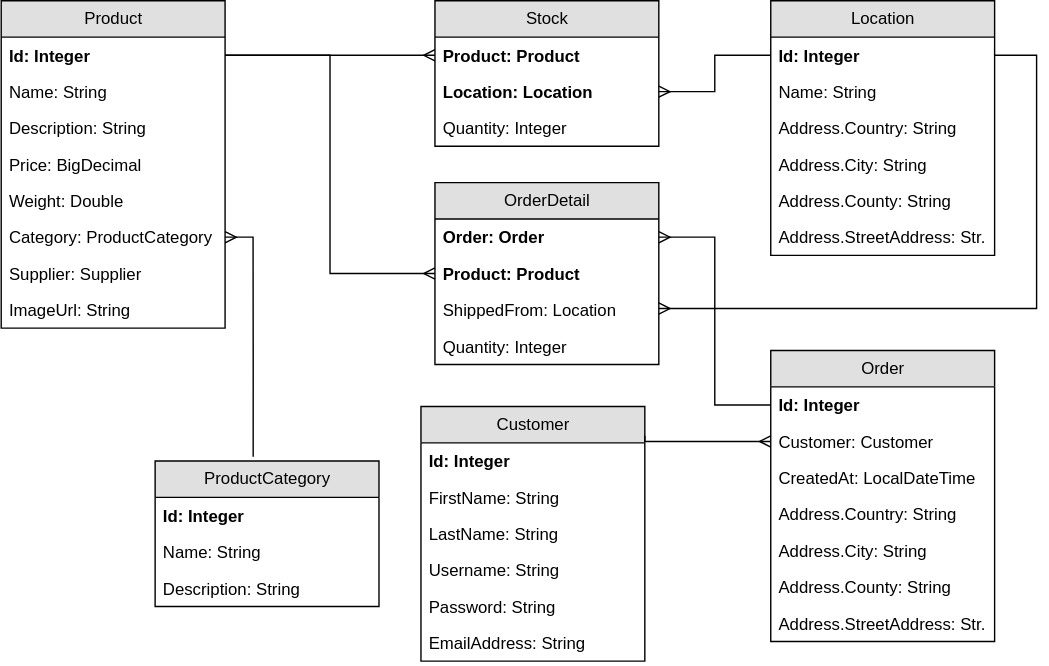
This is diagrams/data-model.svg from msg-CareerPaths/spring-training, a draw.io export, as it was before one commit. Source tidied: cells renumbered, new cells last; positions are measured from the earlier drawing's top-left corner, leaving out a move shared by most shapes.
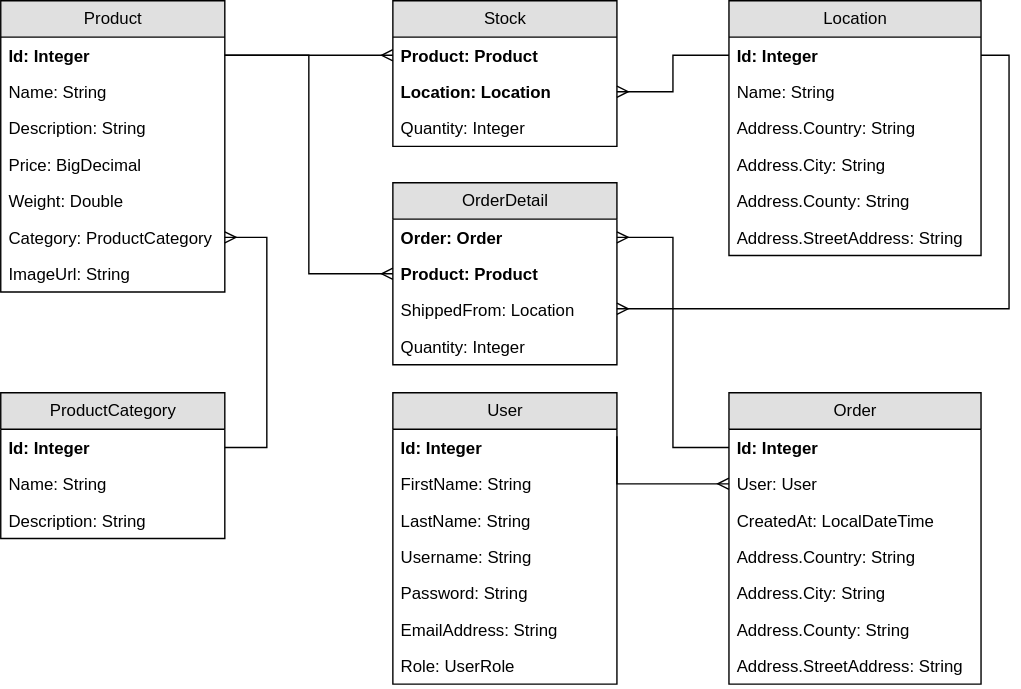
Above is the later version.

Commit message:
docs: update next chapters and data model

Change to the diagram source:
```diff
@@ -3,7 +3,7 @@
     <mxCell id="0" />
     <mxCell id="1" parent="0" />
     <mxCell id="2" value="&lt;font face=&quot;Helvetica&quot;&gt;Product&lt;/font&gt;" style="swimlane;fontStyle=0;horizontal=1;startSize=26;fillColor=#e0e0e0;swimlaneFillColor=#ffffff;align=center;rounded=0;glass=0;labelBackgroundColor=none;strokeColor=#000000;strokeWidth=1;fontFamily=Times New Roman;fontSize=12;fontColor=#000000;html=1;" parent="1" vertex="1">
-      <mxGeometry width="160" height="234" as="geometry" />
+      <mxGeometry x="30" width="160" height="208" as="geometry" />
     </mxCell>
     <mxCell id="3" value="Id: Integer" style="text;strokeColor=none;fillColor=none;spacingLeft=4;spacingRight=4;overflow=hidden;points=[[0,0.5],[1,0.5]];portConstraint=eastwest;fontStyle=1;" parent="2" vertex="1">
       <mxGeometry y="26" width="160" height="26" as="geometry" />
@@ -23,14 +23,11 @@
     <mxCell id="8" value="Category: ProductCategory" style="text;strokeColor=none;fillColor=none;spacingLeft=4;spacingRight=4;overflow=hidden;points=[[0,0.5],[1,0.5]];portConstraint=eastwest;" parent="2" vertex="1">
       <mxGeometry y="156" width="160" height="26" as="geometry" />
     </mxCell>
-    <mxCell id="9" value="Supplier: Supplier" style="text;strokeColor=none;fillColor=none;spacingLeft=4;spacingRight=4;overflow=hidden;" parent="2" vertex="1">
-      <mxGeometry y="182" width="160" height="26" as="geometry" />
-    </mxCell>
     <mxCell id="10" value="ImageUrl: String" style="text;strokeColor=none;fillColor=none;spacingLeft=4;spacingRight=4;overflow=hidden;" parent="2" vertex="1">
-      <mxGeometry y="208" width="160" height="26" as="geometry" />
+      <mxGeometry y="182" width="160" height="26" as="geometry" />
     </mxCell>
     <mxCell id="11" value="&lt;font face=&quot;Helvetica&quot;&gt;ProductCategory&lt;/font&gt;" style="swimlane;fontStyle=0;horizontal=1;startSize=26;fillColor=#e0e0e0;swimlaneFillColor=#ffffff;align=center;rounded=0;glass=0;labelBackgroundColor=none;strokeColor=#000000;strokeWidth=1;fontFamily=Times New Roman;fontSize=12;fontColor=#000000;html=1;" parent="1" vertex="1">
-      <mxGeometry x="110" y="329" width="160" height="104" as="geometry" />
+      <mxGeometry x="30" y="280" width="160" height="104" as="geometry" />
     </mxCell>
     <mxCell id="12" value="Id: Integer" style="text;strokeColor=none;fillColor=none;spacingLeft=4;spacingRight=4;overflow=hidden;points=[[0,0.5],[1,0.5]];portConstraint=eastwest;fontStyle=1;" parent="11" vertex="1">
       <mxGeometry y="26" width="160" height="26" as="geometry" />
@@ -42,25 +39,25 @@
       <mxGeometry y="78" width="160" height="26" as="geometry" />
     </mxCell>
     <mxCell id="15" value="&lt;font face=&quot;Helvetica&quot;&gt;Location&lt;/font&gt;" style="swimlane;fontStyle=0;horizontal=1;startSize=26;fillColor=#e0e0e0;swimlaneFillColor=#ffffff;align=center;rounded=0;glass=0;labelBackgroundColor=none;strokeColor=#000000;strokeWidth=1;fontFamily=Times New Roman;fontSize=12;fontColor=#000000;html=1;" parent="1" vertex="1">
-      <mxGeometry x="550" width="160" height="182" as="geometry" />
+      <mxGeometry x="550" width="180" height="182" as="geometry" />
     </mxCell>
     <mxCell id="16" value="Id: Integer" style="text;strokeColor=none;fillColor=none;spacingLeft=4;spacingRight=4;overflow=hidden;points=[[0,0.5],[1,0.5]];portConstraint=eastwest;fontStyle=1;" parent="15" vertex="1">
-      <mxGeometry y="26" width="160" height="26" as="geometry" />
+      <mxGeometry y="26" width="180" height="26" as="geometry" />
     </mxCell>
     <mxCell id="17" value="Name: String" style="text;strokeColor=none;fillColor=none;spacingLeft=4;spacingRight=4;overflow=hidden;" parent="15" vertex="1">
-      <mxGeometry y="52" width="160" height="26" as="geometry" />
+      <mxGeometry y="52" width="180" height="26" as="geometry" />
     </mxCell>
     <mxCell id="18" value="Address.Country: String" style="text;strokeColor=none;fillColor=none;spacingLeft=4;spacingRight=4;overflow=hidden;" parent="15" vertex="1">
-      <mxGeometry y="78" width="160" height="26" as="geometry" />
+      <mxGeometry y="78" width="180" height="26" as="geometry" />
     </mxCell>
     <mxCell id="19" value="Address.City: String" style="text;strokeColor=none;fillColor=none;spacingLeft=4;spacingRight=4;overflow=hidden;" parent="15" vertex="1">
-      <mxGeometry y="104" width="160" height="26" as="geometry" />
+      <mxGeometry y="104" width="180" height="26" as="geometry" />
     </mxCell>
     <mxCell id="20" value="Address.County: String" style="text;strokeColor=none;fillColor=none;spacingLeft=4;spacingRight=4;overflow=hidden;" parent="15" vertex="1">
-      <mxGeometry y="130" width="160" height="26" as="geometry" />
+      <mxGeometry y="130" width="180" height="26" as="geometry" />
     </mxCell>
-    <mxCell id="21" value="Address.StreetAddress: Str." style="text;strokeColor=none;fillColor=none;spacingLeft=4;spacingRight=4;overflow=hidden;" parent="15" vertex="1">
-      <mxGeometry y="156" width="160" height="26" as="geometry" />
+    <mxCell id="21" value="Address.StreetAddress: String" style="text;strokeColor=none;fillColor=none;spacingLeft=4;spacingRight=4;overflow=hidden;" parent="15" vertex="1">
+      <mxGeometry y="156" width="180" height="26" as="geometry" />
     </mxCell>
     <mxCell id="22" value="&lt;font face=&quot;Helvetica&quot;&gt;Stock&lt;/font&gt;" style="swimlane;fontStyle=0;horizontal=1;startSize=26;fillColor=#e0e0e0;swimlaneFillColor=#ffffff;align=center;rounded=0;glass=0;labelBackgroundColor=none;strokeColor=#000000;strokeWidth=1;fontFamily=Times New Roman;fontSize=12;fontColor=#000000;html=1;" parent="1" vertex="1">
       <mxGeometry x="310" width="160" height="104" as="geometry" />
@@ -75,28 +72,28 @@
       <mxGeometry y="78" width="160" height="26" as="geometry" />
     </mxCell>
     <mxCell id="26" value="&lt;font face=&quot;Helvetica&quot;&gt;Order&lt;/font&gt;" style="swimlane;fontStyle=0;horizontal=1;startSize=26;fillColor=#e0e0e0;swimlaneFillColor=#ffffff;align=center;rounded=0;glass=0;labelBackgroundColor=none;strokeColor=#000000;strokeWidth=1;fontFamily=Times New Roman;fontSize=12;fontColor=#000000;html=1;" parent="1" vertex="1">
-      <mxGeometry x="550" y="250" width="160" height="208" as="geometry" />
+      <mxGeometry x="550" y="280" width="180" height="208" as="geometry" />
     </mxCell>
     <mxCell id="27" value="Id: Integer" style="text;strokeColor=none;fillColor=none;spacingLeft=4;spacingRight=4;overflow=hidden;points=[[0,0.5],[1,0.5]];portConstraint=eastwest;fontStyle=1;" parent="26" vertex="1">
-      <mxGeometry y="26" width="160" height="26" as="geometry" />
+      <mxGeometry y="26" width="180" height="26" as="geometry" />
     </mxCell>
-    <mxCell id="28" value="Customer: Customer" style="text;strokeColor=none;fillColor=none;spacingLeft=4;spacingRight=4;overflow=hidden;points=[[0,0.5],[1,0.5]];portConstraint=eastwest;" parent="26" vertex="1">
-      <mxGeometry y="52" width="160" height="26" as="geometry" />
+    <mxCell id="28" value="User: User" style="text;strokeColor=none;fillColor=none;spacingLeft=4;spacingRight=4;overflow=hidden;points=[[0,0.5],[1,0.5]];portConstraint=eastwest;" parent="26" vertex="1">
+      <mxGeometry y="52" width="180" height="26" as="geometry" />
     </mxCell>
     <mxCell id="29" value="CreatedAt: LocalDateTime" style="text;strokeColor=none;fillColor=none;spacingLeft=4;spacingRight=4;overflow=hidden;" parent="26" vertex="1">
-      <mxGeometry y="78" width="160" height="26" as="geometry" />
+      <mxGeometry y="78" width="180" height="26" as="geometry" />
     </mxCell>
     <mxCell id="30" value="Address.Country: String" style="text;strokeColor=none;fillColor=none;spacingLeft=4;spacingRight=4;overflow=hidden;" parent="26" vertex="1">
-      <mxGeometry y="104" width="160" height="26" as="geometry" />
+      <mxGeometry y="104" width="180" height="26" as="geometry" />
     </mxCell>
     <mxCell id="31" value="Address.City: String" style="text;strokeColor=none;fillColor=none;spacingLeft=4;spacingRight=4;overflow=hidden;" parent="26" vertex="1">
-      <mxGeometry y="130" width="160" height="26" as="geometry" />
+      <mxGeometry y="130" width="180" height="26" as="geometry" />
     </mxCell>
     <mxCell id="32" value="Address.County: String" style="text;strokeColor=none;fillColor=none;spacingLeft=4;spacingRight=4;overflow=hidden;" parent="26" vertex="1">
-      <mxGeometry y="156" width="160" height="26" as="geometry" />
+      <mxGeometry y="156" width="180" height="26" as="geometry" />
     </mxCell>
-    <mxCell id="33" value="Address.StreetAddress: Str." style="text;strokeColor=none;fillColor=none;spacingLeft=4;spacingRight=4;overflow=hidden;" parent="26" vertex="1">
-      <mxGeometry y="182" width="160" height="26" as="geometry" />
+    <mxCell id="33" value="Address.StreetAddress: String" style="text;strokeColor=none;fillColor=none;spacingLeft=4;spacingRight=4;overflow=hidden;" parent="26" vertex="1">
+      <mxGeometry y="182" width="180" height="26" as="geometry" />
     </mxCell>
     <mxCell id="34" value="&lt;font face=&quot;Helvetica&quot;&gt;OrderDetail&lt;/font&gt;" style="swimlane;fontStyle=0;horizontal=1;startSize=26;fillColor=#e0e0e0;swimlaneFillColor=#ffffff;align=center;rounded=0;glass=0;labelBackgroundColor=none;strokeColor=#000000;strokeWidth=1;fontFamily=Times New Roman;fontSize=12;fontColor=#000000;html=1;" parent="1" vertex="1">
       <mxGeometry x="310" y="130" width="160" height="130" as="geometry" />
@@ -113,8 +110,8 @@
     <mxCell id="38" value="Quantity: Integer&#10;" style="text;strokeColor=none;fillColor=none;spacingLeft=4;spacingRight=4;overflow=hidden;" parent="34" vertex="1">
       <mxGeometry y="104" width="160" height="26" as="geometry" />
     </mxCell>
-    <mxCell id="39" value="&lt;font face=&quot;Helvetica&quot;&gt;Customer&lt;/font&gt;" style="swimlane;fontStyle=0;horizontal=1;startSize=26;fillColor=#e0e0e0;swimlaneFillColor=#ffffff;align=center;rounded=0;glass=0;labelBackgroundColor=none;strokeColor=#000000;strokeWidth=1;fontFamily=Times New Roman;fontSize=12;fontColor=#000000;html=1;" parent="1" vertex="1">
-      <mxGeometry x="300" y="290" width="160" height="182" as="geometry" />
+    <mxCell id="39" value="&lt;font face=&quot;Helvetica&quot;&gt;User&lt;/font&gt;" style="swimlane;fontStyle=0;horizontal=1;startSize=26;fillColor=#e0e0e0;swimlaneFillColor=#ffffff;align=center;rounded=0;glass=0;labelBackgroundColor=none;strokeColor=#000000;strokeWidth=1;fontFamily=Times New Roman;fontSize=12;fontColor=#000000;html=1;" parent="1" vertex="1">
+      <mxGeometry x="310" y="280" width="160" height="208" as="geometry" />
     </mxCell>
     <mxCell id="40" value="Id: Integer" style="text;strokeColor=none;fillColor=none;spacingLeft=4;spacingRight=4;overflow=hidden;points=[[0,0.5],[1,0.5]];portConstraint=eastwest;fontStyle=1;" parent="39" vertex="1">
       <mxGeometry y="26" width="160" height="26" as="geometry" />
@@ -134,13 +131,14 @@
     <mxCell id="45" value="EmailAddress: String" style="text;strokeColor=none;fillColor=none;spacingLeft=4;spacingRight=4;overflow=hidden;" parent="39" vertex="1">
       <mxGeometry y="156" width="160" height="26" as="geometry" />
     </mxCell>
+    <mxCell id="53" value="Role: UserRole" style="text;strokeColor=none;fillColor=none;spacingLeft=4;spacingRight=4;overflow=hidden;" parent="39" vertex="1">
+      <mxGeometry y="182" width="160" height="26" as="geometry" />
+    </mxCell>
-    <mxCell id="46" style="edgeStyle=orthogonalEdgeStyle;rounded=0;comic=0;html=1;labelBackgroundColor=#EBEBEB;startArrow=none;startFill=0;endArrow=ERmany;endFill=0;jettySize=auto;strokeColor=#000000;strokeWidth=1;fontFamily=Times New Roman;fontSize=12;fontColor=#000000;exitX=0.438;exitY=-0.029;exitDx=0;exitDy=0;exitPerimeter=0;" parent="1" edge="1" source="11">
+    <mxCell id="46" style="edgeStyle=orthogonalEdgeStyle;rounded=0;comic=0;html=1;labelBackgroundColor=#EBEBEB;startArrow=none;startFill=0;endArrow=ERmany;endFill=0;jettySize=auto;strokeColor=#000000;strokeWidth=1;fontFamily=Times New Roman;fontSize=12;fontColor=#000000;exitX=1;exitY=0.5;exitDx=0;exitDy=0;entryX=1;entryY=0.5;entryDx=0;entryDy=0;" parent="1" edge="1" source="12" target="8">
       <mxGeometry relative="1" as="geometry">
-        <mxPoint x="160" y="169" as="targetPoint" />
         <Array as="points">
-          <mxPoint x="180" y="260" />
-          <mxPoint x="180" y="260" />
-          <mxPoint x="180" y="169" />
+          <mxPoint x="220" y="319" />
+          <mxPoint x="220" y="169" />
         </Array>
       </mxGeometry>
     </mxCell>
@@ -157,15 +155,16 @@
       <mxGeometry relative="1" as="geometry">
         <mxPoint x="470" y="220" as="targetPoint" />
         <Array as="points">
-          <mxPoint x="740" y="39" />
-          <mxPoint x="740" y="220" />
+          <mxPoint x="750" y="39" />
+          <mxPoint x="750" y="220" />
         </Array>
       </mxGeometry>
     </mxCell>
-    <mxCell id="51" style="edgeStyle=orthogonalEdgeStyle;rounded=0;comic=0;html=1;labelBackgroundColor=#EBEBEB;startArrow=none;startFill=0;endArrow=ERmany;endFill=0;jettySize=auto;strokeColor=#000000;strokeWidth=1;fontFamily=Times New Roman;fontSize=12;fontColor=#000000;entryX=0;entryY=0.5;entryDx=0;entryDy=0;exitX=1;exitY=-0.192;exitDx=0;exitDy=0;exitPerimeter=0;" parent="1" edge="1" source="40" target="28">
+    <mxCell id="51" style="edgeStyle=orthogonalEdgeStyle;rounded=0;comic=0;html=1;labelBackgroundColor=#EBEBEB;startArrow=none;startFill=0;endArrow=ERmany;endFill=0;jettySize=auto;strokeColor=#000000;strokeWidth=1;fontFamily=Times New Roman;fontSize=12;fontColor=#000000;entryX=0;entryY=0.5;entryDx=0;entryDy=0;" parent="1" edge="1" target="28">
       <mxGeometry relative="1" as="geometry">
+        <mxPoint x="470" y="311" as="sourcePoint" />
         <Array as="points">
-          <mxPoint x="460" y="315" />
+          <mxPoint x="470" y="345" />
         </Array>
       </mxGeometry>
     </mxCell>
```
